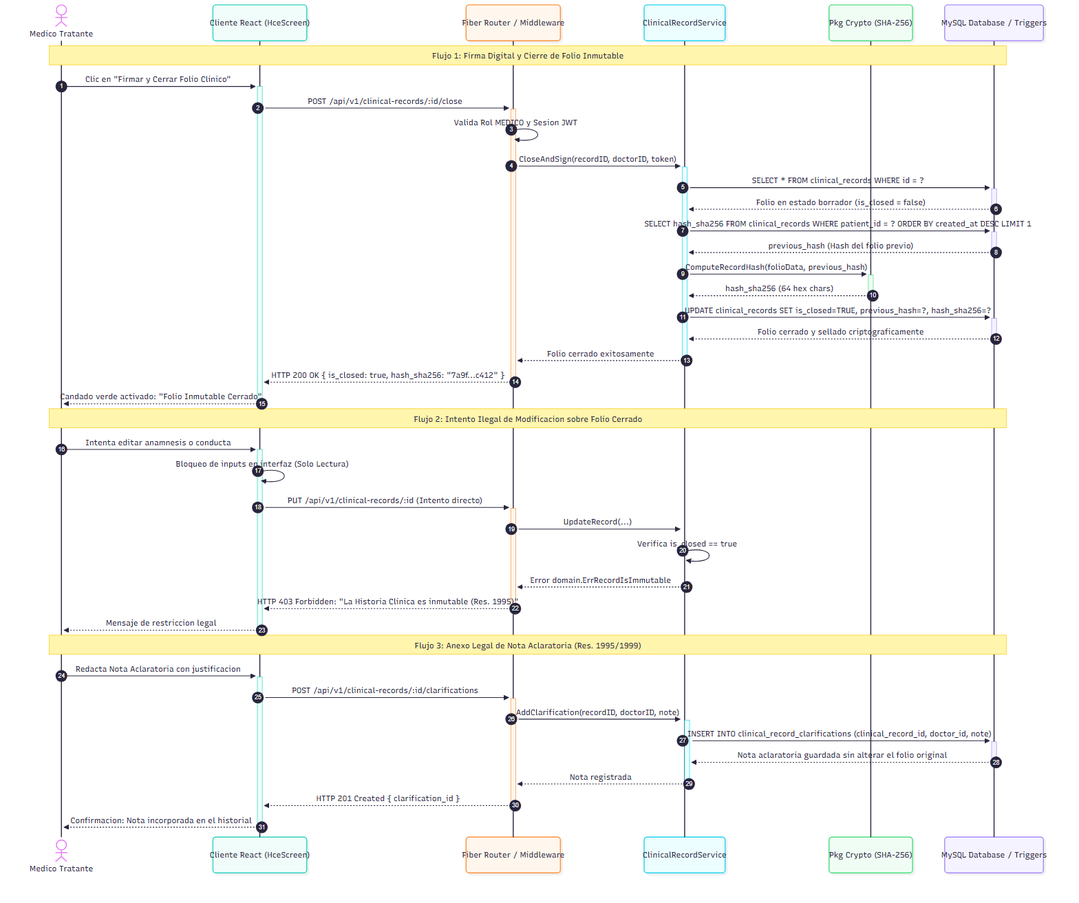
Above: docs/diagrams/05_secuencia_hce_inmutabilidad.png in ThiagoVelez/Proyecto_felipe (Mermaid), before the change. Its source is kept beside it as docs/diagrams/05_secuencia_hce_inmutabilidad.mmd.
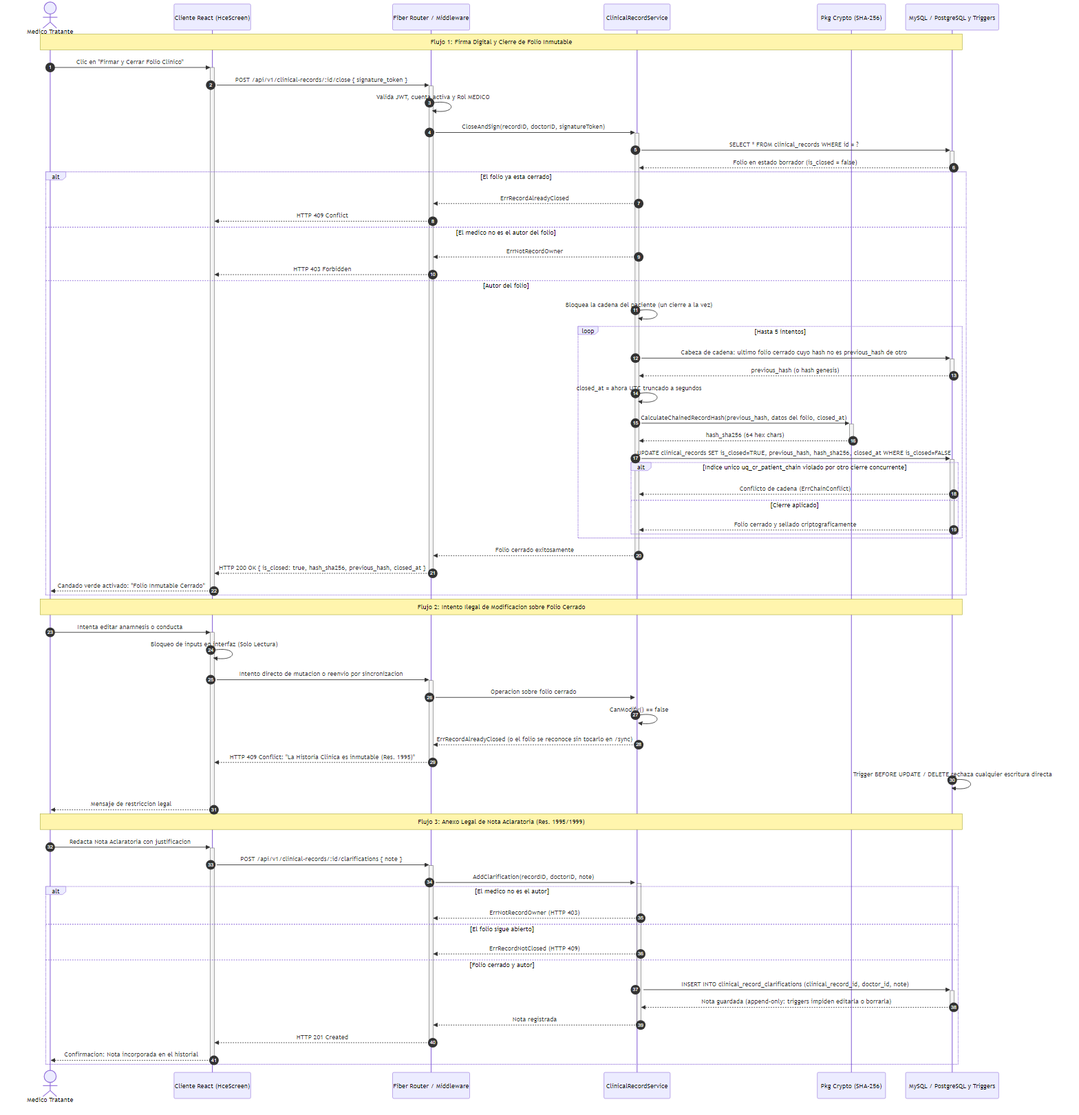
The same diagram one commit later.

What changed in the source:
```diff
@@ -5,41 +5,65 @@
     participant API as Fiber Router / Middleware
     participant Service as ClinicalRecordService
     participant Crypto as Pkg Crypto (SHA-256)
-    participant DB as MySQL Database / Triggers
+    participant DB as MySQL / PostgreSQL y Triggers
 
     Note over Medico, DB: Flujo 1: Firma Digital y Cierre de Folio Inmutable
     Medico->>+Frontend: Clic en "Firmar y Cerrar Folio Clinico"
-    Frontend->>+API: POST /api/v1/clinical-records/:id/close
-    API->>API: Valida Rol MEDICO y Sesion JWT
-    API->>+Service: CloseAndSign(recordID, doctorID, token)
+    Frontend->>+API: POST /api/v1/clinical-records/:id/close { signature_token }
+    API->>API: Valida JWT, cuenta activa y Rol MEDICO
+    API->>+Service: CloseAndSign(recordID, doctorID, signatureToken)
     Service->>+DB: SELECT * FROM clinical_records WHERE id = ?
     DB-->>-Service: Folio en estado borrador (is_closed = false)
-    Service->>+DB: SELECT hash_sha256 FROM clinical_records WHERE patient_id = ? ORDER BY created_at DESC LIMIT 1
-    DB-->>-Service: previous_hash (Hash del folio previo)
-    Service->>+Crypto: ComputeRecordHash(folioData, previous_hash)
-    Crypto-->>-Service: hash_sha256 (64 hex chars)
-    Service->>+DB: UPDATE clinical_records SET is_closed=TRUE, previous_hash=?, hash_sha256=?
-    DB-->>-Service: Folio cerrado y sellado criptograficamente
-    Service-->>-API: Folio cerrado exitosamente
-    API-->>-Frontend: HTTP 200 OK { is_closed: true, hash_sha256: "7a9f...c412" }
-    Frontend-->>-Medico: Candado verde activado: "Folio Inmutable Cerrado"
+
+    alt El folio ya esta cerrado
+        Service-->>API: ErrRecordAlreadyClosed
+        API-->>Frontend: HTTP 409 Conflict
+    else El medico no es el autor del folio
+        Service-->>API: ErrNotRecordOwner
+        API-->>Frontend: HTTP 403 Forbidden
+    else Autor del folio
+        Service->>Service: Bloquea la cadena del paciente (un cierre a la vez)
+        loop Hasta 5 intentos
+            Service->>+DB: Cabeza de cadena: ultimo folio cerrado cuyo hash no es previous_hash de otro
+            DB-->>-Service: previous_hash (o hash genesis)
+            Service->>Service: closed_at = ahora UTC truncado a segundos
+            Service->>+Crypto: CalculateChainedRecordHash(previous_hash, datos del folio, closed_at)
+            Crypto-->>-Service: hash_sha256 (64 hex chars)
+            Service->>+DB: UPDATE clinical_records SET is_closed=TRUE, previous_hash, hash_sha256, closed_at WHERE is_closed=FALSE
+            alt Indice unico uq_cr_patient_chain violado por otro cierre concurrente
+                DB-->>Service: Conflicto de cadena (ErrChainConflict)
+            else Cierre aplicado
+                DB-->>-Service: Folio cerrado y sellado criptograficamente
+            end
+        end
+        Service-->>-API: Folio cerrado exitosamente
+        API-->>-Frontend: HTTP 200 OK { is_closed: true, hash_sha256, previous_hash, closed_at }
+        Frontend-->>-Medico: Candado verde activado: "Folio Inmutable Cerrado"
+    end
 
     Note over Medico, DB: Flujo 2: Intento Ilegal de Modificacion sobre Folio Cerrado
     Medico->>+Frontend: Intenta editar anamnesis o conducta
     Frontend->>Frontend: Bloqueo de inputs en interfaz (Solo Lectura)
-    Frontend->>+API: PUT /api/v1/clinical-records/:id (Intento directo)
-    API->>+Service: UpdateRecord(...)
-    Service->>Service: Verifica is_closed == true
-    Service-->>API: Error domain.ErrRecordIsImmutable
-    API-->>-Frontend: HTTP 403 Forbidden: "La Historia Clinica es inmutable (Res. 1995)"
+    Frontend->>+API: Intento directo de mutacion o reenvio por sincronizacion
+    API->>+Service: Operacion sobre folio cerrado
+    Service->>Service: CanModify() == false
+    Service-->>API: ErrRecordAlreadyClosed (o el folio se reconoce sin tocarlo en /sync)
+    API-->>-Frontend: HTTP 409 Conflict: "La Historia Clinica es inmutable (Res. 1995)"
+    DB->>DB: Trigger BEFORE UPDATE / DELETE rechaza cualquier escritura directa
     Frontend-->>-Medico: Mensaje de restriccion legal
 
     Note over Medico, DB: Flujo 3: Anexo Legal de Nota Aclaratoria (Res. 1995/1999)
     Medico->>+Frontend: Redacta Nota Aclaratoria con justificacion
-    Frontend->>+API: POST /api/v1/clinical-records/:id/clarifications
+    Frontend->>+API: POST /api/v1/clinical-records/:id/clarifications { note }
     API->>+Service: AddClarification(recordID, doctorID, note)
-    Service->>+DB: INSERT INTO clinical_record_clarifications (clinical_record_id, doctor_id, note)
-    DB-->>-Service: Nota aclaratoria guardada sin alterar el folio original
-    Service-->>-API: Nota registrada
-    API-->>-Frontend: HTTP 201 Created { clarification_id }
-    Frontend-->>-Medico: Confirmacion: Nota incorporada en el historial
+    alt El medico no es el autor
+        Service-->>API: ErrNotRecordOwner (HTTP 403)
+    else El folio sigue abierto
+        Service-->>API: ErrRecordNotClosed (HTTP 409)
+    else Folio cerrado y autor
+        Service->>+DB: INSERT INTO clinical_record_clarifications (clinical_record_id, doctor_id, note)
+        DB-->>-Service: Nota guardada (append-only: triggers impiden editarla o borrarla)
+        Service-->>-API: Nota registrada
+        API-->>-Frontend: HTTP 201 Created
+        Frontend-->>-Medico: Confirmacion: Nota incorporada en el historial
+    end
```
